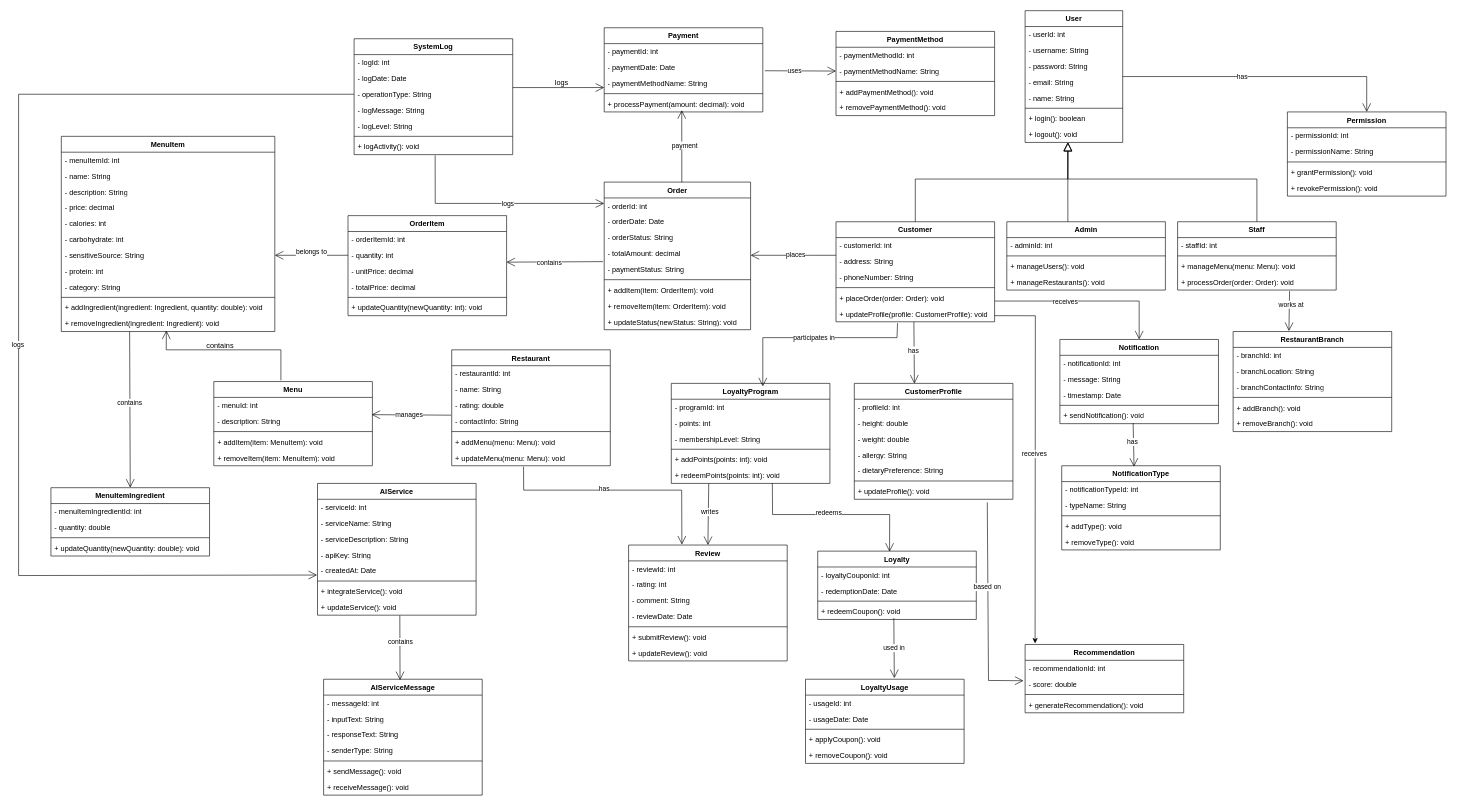
This is page "Class Diagram" (3 of 5) of uml/Diagram.drawio from timlau999/ForTest, a draw.io file, before an edit. Source tidied: cells renumbered, new cells numbered last; positions are measured from the earlier drawing's top-left corner, leaving out a move shared by most shapes. Both pictures are drawn from the tidied source at 61%, with x=0, y=0 at pixel (18, 10).
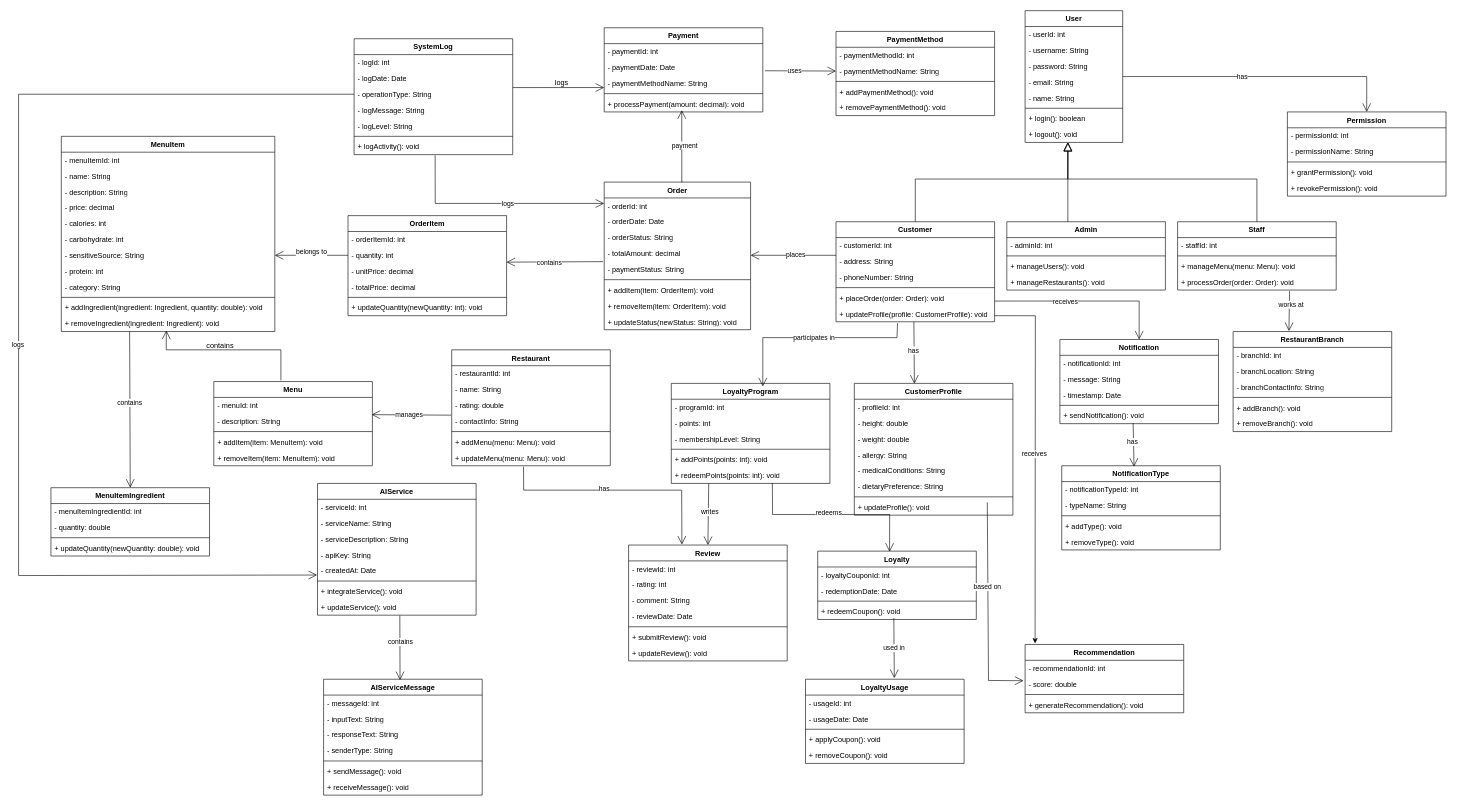
Above is the later version.

Commit message:
update class diagram

The edit, as a diff of the source:
```diff
@@
     <mxCell id="77" value="CustomerProfile" style="swimlane;fontStyle=1;align=center;verticalAlign=top;horizontal=1;startSize=26;whiteSpace=wrap;html=1;" parent="1" vertex="1">
-      <mxGeometry x="1370" y="611" width="260" height="190" as="geometry" />
+      <mxGeometry x="1370" y="611" width="260" height="216" as="geometry" />
     </mxCell>
@@
+    <mxCell id="229" value="- medicalConditions: String" style="text;strokeColor=none;fillColor=none;align=left;verticalAlign=top;spacingLeft=4;spacingRight=4;overflow=hidden;whiteSpace=wrap;html=1;" parent="77" vertex="1">
+      <mxGeometry y="130" width="260" height="26" as="geometry" />
+    </mxCell>
     <mxCell id="82" value="- dietaryPreference: String" style="text;strokeColor=none;fillColor=none;align=left;verticalAlign=top;spacingLeft=4;spacingRight=4;overflow=hidden;whiteSpace=wrap;html=1;" parent="77" vertex="1">
-      <mxGeometry y="130" width="260" height="26" as="geometry" />
+      <mxGeometry y="156" width="260" height="26" as="geometry" />
     </mxCell>
     <mxCell id="83" style="line;strokeWidth=1;fillColor=none;align=left;verticalAlign=middle;spacingTop=-1;spacingLeft=3;spacingRight=3;labelPosition=right;strokeColor=inherit;" parent="77" vertex="1">
-      <mxGeometry y="156" width="260" height="8" as="geometry" />
+      <mxGeometry y="182" width="260" height="8" as="geometry" />
     </mxCell>
     <mxCell id="84" value="+ updateProfile(): void" style="text;strokeColor=none;fillColor=none;align=left;verticalAlign=top;spacingLeft=4;spacingRight=4;overflow=hidden;whiteSpace=wrap;html=1;" parent="77" vertex="1">
-      <mxGeometry y="164" width="260" height="26" as="geometry" />
+      <mxGeometry y="190" width="260" height="26" as="geometry" />
     </mxCell>
```
